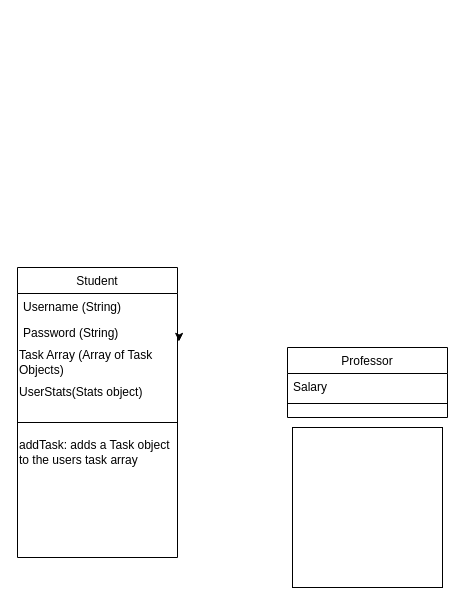
The draw.io diagram Untitled Diagram.drawio in DROFEL/Please_Compile_ProSchoolar, before the edit. Source tidied: cells renumbered, new cells numbered last; positions are measured from the earlier drawing's top-left corner, leaving out a move shared by most shapes. Both pictures are drawn from the tidied source at 100%, with x=0, y=0 at pixel (17, 267).
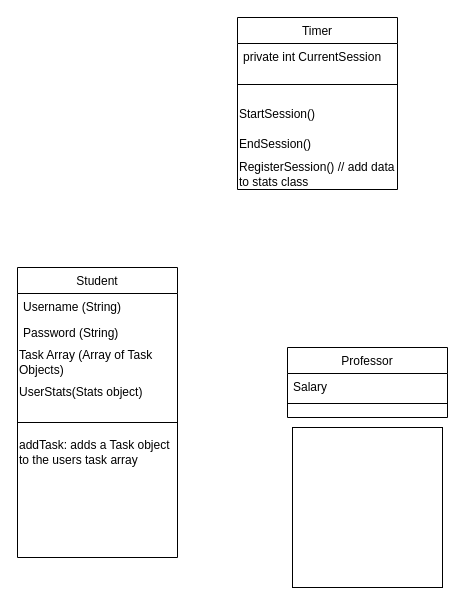
Above is the later version.

What changed in the source:
```diff
@@
 <mxGraphModel>
   <root>
     <mxCell id="0" />
     <mxCell id="1" parent="0" />
     <mxCell id="2" value="Student" style="swimlane;fontStyle=0;align=center;verticalAlign=top;horizontal=1;startSize=26;rounded=0;shadow=0;strokeWidth=1;" parent="1" vertex="1">
       <mxGeometry width="160" height="290" as="geometry" />
     </mxCell>
     <mxCell id="3" value="Username (String)&#10;" style="text;align=left;verticalAlign=top;spacingLeft=4;spacingRight=4;overflow=hidden;" parent="2" vertex="1">
       <mxGeometry y="26" width="160" height="26" as="geometry" />
     </mxCell>
     <mxCell id="4" value="Password (String)&#10;" style="text;align=left;verticalAlign=top;spacingLeft=4;spacingRight=4;overflow=hidden;points=[[0,0.5],[1,0.5]];portConstraint=eastwest;rounded=0;shadow=0;html=0;" parent="2" vertex="1">
       <mxGeometry y="52" width="160" height="28" as="geometry" />
     </mxCell>
-    <mxCell id="5" style="edgeStyle=orthogonalEdgeStyle;rounded=0;jettySize=auto;html=1;exitX=1;exitY=0.25;exitDx=0;exitDy=0;entryX=1.01;entryY=0.781;entryDx=0;entryDy=0;entryPerimeter=0;" parent="2" edge="1" source="2" target="4">
-      <mxGeometry relative="1" as="geometry" />
-    </mxCell>
     <mxCell id="6" value="Task Array (Array of Task Objects)" style="text;html=1;strokeColor=none;fillColor=none;align=left;verticalAlign=middle;whiteSpace=wrap;rounded=0;" parent="2" vertex="1">
       <mxGeometry y="80" width="160" height="30" as="geometry" />
     </mxCell>
     <mxCell id="7" value="UserStats(Stats object)" style="text;html=1;strokeColor=none;fillColor=none;align=left;verticalAlign=middle;whiteSpace=wrap;rounded=0;" parent="2" vertex="1">
       <mxGeometry y="110" width="160" height="30" as="geometry" />
     </mxCell>
     <mxCell id="8" style="line;html=1;strokeWidth=1;align=left;verticalAlign=middle;spacingTop=-1;spacingLeft=3;spacingRight=3;labelPosition=right;" parent="2" vertex="1">
       <mxGeometry y="140" width="160" height="30" as="geometry" />
     </mxCell>
     <mxCell id="9" value="addTask: adds a Task object to the users task array" style="text;html=1;strokeColor=none;fillColor=none;align=left;verticalAlign=middle;whiteSpace=wrap;rounded=0;" parent="2" vertex="1">
       <mxGeometry y="170" width="160" height="30" as="geometry" />
     </mxCell>
     <mxCell id="10" value="Professor" style="swimlane;fontStyle=0;align=center;verticalAlign=top;horizontal=1;startSize=26;rounded=0;shadow=0;strokeWidth=1;" parent="1" vertex="1">
       <mxGeometry x="270" y="80" width="160" height="70" as="geometry" />
     </mxCell>
     <mxCell id="11" value="Salary" style="text;align=left;verticalAlign=top;spacingLeft=4;spacingRight=4;overflow=hidden;" parent="10" vertex="1">
       <mxGeometry y="26" width="160" height="26" as="geometry" />
     </mxCell>
     <mxCell id="12" style="line;html=1;strokeWidth=1;align=left;verticalAlign=middle;spacingTop=-1;spacingLeft=3;spacingRight=3;labelPosition=right;" parent="10" vertex="1">
       <mxGeometry y="52" width="160" height="8" as="geometry" />
     </mxCell>
     <mxCell id="13" style="rounded=0;whiteSpace=wrap;html=1;" parent="1" vertex="1">
       <mxGeometry x="275" y="160" width="150" height="160" as="geometry" />
     </mxCell>
+    <mxCell id="14" value="Timer" style="swimlane;fontStyle=0;align=center;verticalAlign=top;horizontal=1;startSize=26;rounded=0;shadow=0;strokeWidth=1;" parent="1" vertex="1">
+      <mxGeometry x="220" y="-250" width="160" height="172" as="geometry" />
+    </mxCell>
+    <mxCell id="15" value="private int CurrentSession" style="text;align=left;verticalAlign=top;spacingLeft=4;spacingRight=4;overflow=hidden;" parent="14" vertex="1">
+      <mxGeometry y="26" width="160" height="26" as="geometry" />
+    </mxCell>
+    <mxCell id="16" style="line;html=1;strokeWidth=1;align=left;verticalAlign=middle;spacingTop=-1;spacingLeft=3;spacingRight=3;labelPosition=right;" parent="14" vertex="1">
+      <mxGeometry y="52" width="160" height="30" as="geometry" />
+    </mxCell>
+    <mxCell id="17" value="StartSession()" style="text;html=1;strokeColor=none;fillColor=none;align=left;verticalAlign=middle;whiteSpace=wrap;rounded=0;" parent="14" vertex="1">
+      <mxGeometry y="82" width="160" height="30" as="geometry" />
+    </mxCell>
+    <mxCell id="18" value="EndSession()" style="text;html=1;strokeColor=none;fillColor=none;align=left;verticalAlign=middle;whiteSpace=wrap;rounded=0;" parent="14" vertex="1">
+      <mxGeometry y="112" width="160" height="30" as="geometry" />
+    </mxCell>
+    <mxCell id="19" value="RegisterSession() // add data to stats class" style="text;html=1;strokeColor=none;fillColor=none;align=left;verticalAlign=middle;whiteSpace=wrap;rounded=0;" parent="14" vertex="1">
+      <mxGeometry y="142" width="160" height="30" as="geometry" />
+    </mxCell>
   </root>
 </mxGraphModel>
```
